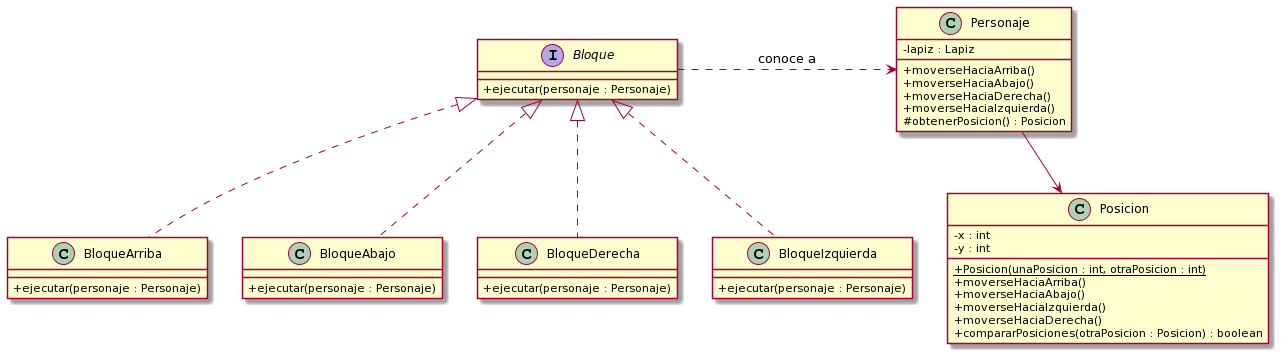
Above: diagramas_de_clase/entrega1_diagramadeclases_movimiento.png in LuisAraujo96/TP2 (PlantUML), before the change.
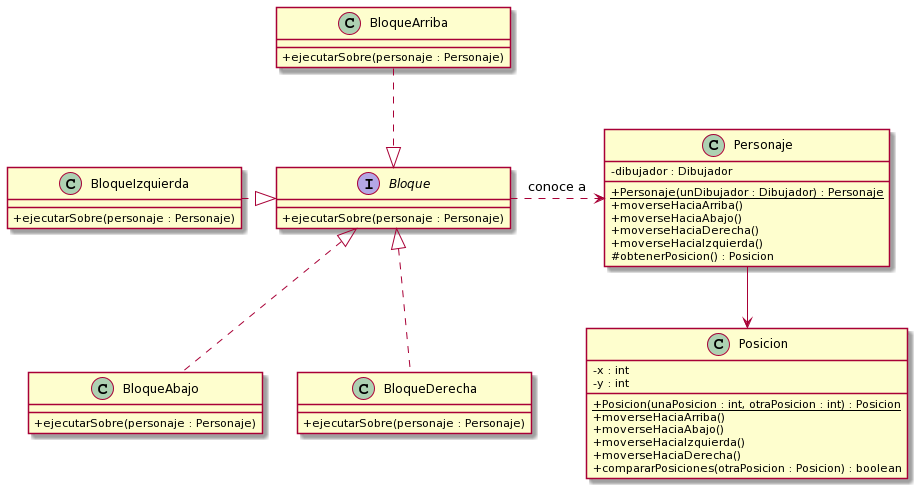
Later version of the same file.

Commit message:
fix: actualizacion de los diagramas de clases para la entrega 1

Change to the diagram source:
```diff
@@ -2,29 +2,30 @@
 skinparam classAttributeIconSize 0
 
 interface Bloque{
- +ejecutar(personaje : Personaje)
+ +ejecutarSobre(personaje : Personaje)
 }
 
 class BloqueArriba{
- +ejecutar(personaje : Personaje)
+ +ejecutarSobre(personaje : Personaje)
 }
 
 class BloqueAbajo{
- +ejecutar(personaje : Personaje)
+ +ejecutarSobre(personaje : Personaje)
 }
 
 class BloqueDerecha{
- +ejecutar(personaje : Personaje)
+ +ejecutarSobre(personaje : Personaje)
 }
 
 class BloqueIzquierda{
- +ejecutar(personaje : Personaje)
+ +ejecutarSobre(personaje : Personaje)
 }
 
 
 class Personaje {
- -lapiz : Lapiz
+ -dibujador : Dibujador
 
+ + {static} Personaje(unDibujador : Dibujador) : Personaje
  +moverseHaciaArriba()
  +moverseHaciaAbajo()
  +moverseHaciaDerecha()
@@ -37,7 +38,7 @@
  -x : int
  -y : int
 
- + {static} Posicion(unaPosicion : int, otraPosicion : int)
+ + {static} Posicion(unaPosicion : int, otraPosicion : int) : Posicion
  +moverseHaciaArriba()
  +moverseHaciaAbajo()
  +moverseHaciaIzquierda()
@@ -47,9 +48,9 @@
 }
 
 
-Bloque <|.. BloqueArriba
+Bloque <|.up. BloqueArriba
 Bloque <|.. BloqueAbajo
-Bloque <|.. BloqueIzquierda
+Bloque <|.left. BloqueIzquierda
 Bloque <|.. BloqueDerecha
 
 Bloque .right.> Personaje : "conoce a"
```
